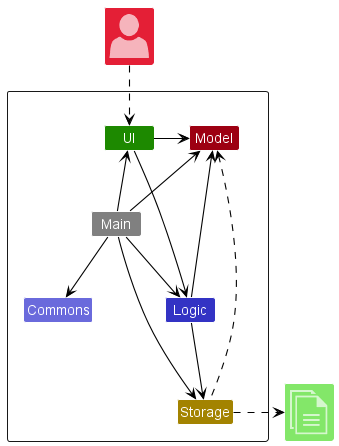
Before: docs/images/ArchitectureDiagram.png, a diagram exported from PlantUML (nus-cs2103-AY2223S1/tp). The source it was exported from:
```plantuml
@startuml
!include <office/Concepts/globe_internet>
!include <office/Concepts/documents>
!include <office/Users/user>
!include style.puml
skinparam arrowThickness 1.1
skinparam arrowColor BLACK

Package " "<<Rectangle>>{
    Class UI UI_COLOR
    Class Logic LOGIC_COLOR
    Class Storage STORAGE_COLOR
    Class Model MODEL_COLOR
    Class Main #grey
    Class Commons LOGIC_COLOR_T2
}

Class "<$user>" as User MODEL_COLOR_T2
Class "<$documents>" as File UI_COLOR_T1


UI --> Logic
UI -right-> Model
Logic --> Storage
Logic -down-> Model
Main --> UI
Main --> Logic
Main --> Storage
Main -up-> Model
Main -down-> Commons

Storage -up.> Model
Storage .right.>File
User ..> UI
@enduml
```
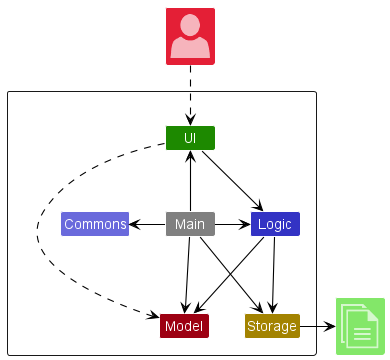
Above is the later version.

Commit message:
Clean up ArchitectureDiagram

The edit, as a diff of the source:
```diff
@@ -18,18 +18,19 @@
 Class "<$user>" as User MODEL_COLOR_T2
 Class "<$documents>" as File UI_COLOR_T1
 
+Main -up-> UI
+Main -left-> Logic
+Main -down> Model
+Main -down> Storage
+Main -left> Commons
+
+Logic --> Model
+Logic --> Storage
 
 UI --> Logic
-UI -right-> Model
-Logic --> Storage
-Logic -down-> Model
-Main --> UI
-Main --> Logic
-Main --> Storage
-Main -up-> Model
-Main -down-> Commons
+UI .down.> Model
 
-Storage -up.> Model
-Storage .right.>File
 User ..> UI
+Storage -right-> File
+
 @enduml
```
